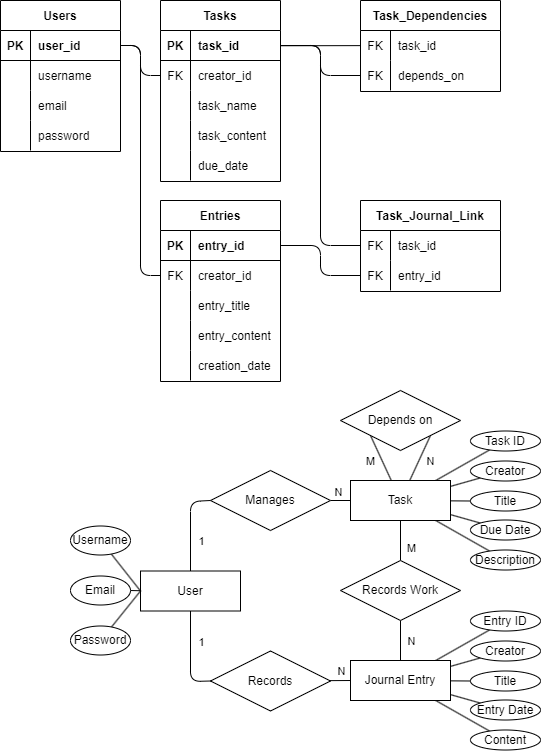
The draw.io diagram specs/brainstorm/backend-er.drawio.png in cse110-sp24-group7/cse110-sp24-group7, before a commit. Source tidied: cells renumbered, new cells last; positions are measured from the earlier drawing's top-left corner, leaving out a move shared by most shapes.
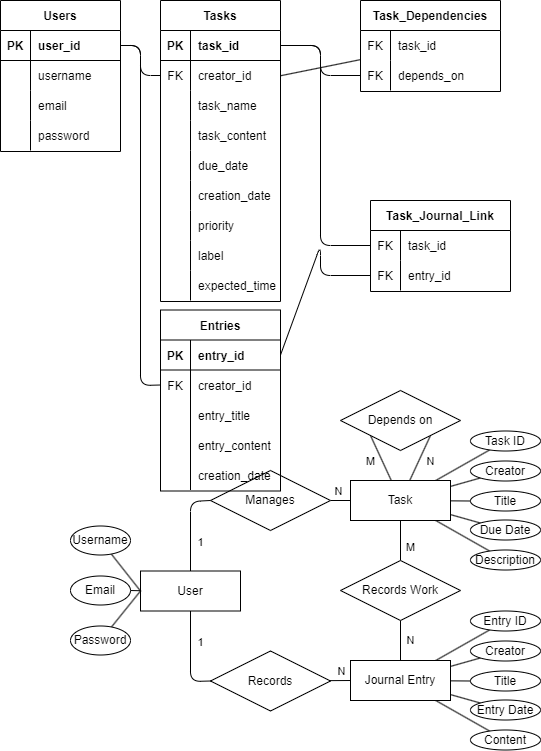
Above is the later version.

Commit message:
Change ER based on meeting updates.

Diff of the diagram source:
```diff
@@ -213,7 +213,7 @@
       <mxGeometry x="470" y="729.5" width="70" height="20" as="geometry" />
     </mxCell>
     <mxCell id="64" value="Tasks" style="shape=table;startSize=30;rowLines=0;fontStyle=1;align=center;" parent="1" vertex="1">
-      <mxGeometry x="160" width="120" height="181" as="geometry" />
+      <mxGeometry x="160" width="120" height="301" as="geometry" />
     </mxCell>
     <mxCell id="65" style="shape=tableRow;horizontal=0;startSize=0;swimlaneHead=0;swimlaneBody=0;fillColor=none;points=[[0,0.5],[1,0.5]];portConstraint=eastwest;top=0;left=0;right=0;bottom=1;" parent="64" vertex="1">
       <mxGeometry y="30" width="120" height="30" as="geometry" />
@@ -260,6 +260,42 @@
     <mxCell id="79" value="due_date" style="shape=partialRectangle;fillColor=none;top=0;left=0;bottom=0;right=0;align=left;spacingLeft=6;overflow=hidden;" parent="77" vertex="1">
       <mxGeometry x="30" width="90" height="30" as="geometry" />
     </mxCell>
+    <mxCell id="116" style="shape=tableRow;horizontal=0;startSize=0;swimlaneHead=0;swimlaneBody=0;fillColor=none;top=0;left=0;right=0;bottom=0;" parent="64" vertex="1">
+      <mxGeometry y="180" width="120" height="30" as="geometry" />
+    </mxCell>
+    <mxCell id="117" style="shape=partialRectangle;fillColor=none;top=0;left=0;bottom=0;right=0;overflow=hidden;" parent="116" vertex="1">
+      <mxGeometry width="30" height="30" as="geometry" />
+    </mxCell>
+    <mxCell id="118" value="creation_date" style="shape=partialRectangle;fillColor=none;top=0;left=0;bottom=0;right=0;align=left;spacingLeft=6;overflow=hidden;" parent="116" vertex="1">
+      <mxGeometry x="30" width="90" height="30" as="geometry" />
+    </mxCell>
+    <mxCell id="119" style="shape=tableRow;horizontal=0;startSize=0;swimlaneHead=0;swimlaneBody=0;fillColor=none;top=0;left=0;right=0;bottom=0;" parent="64" vertex="1">
+      <mxGeometry y="210" width="120" height="30" as="geometry" />
+    </mxCell>
+    <mxCell id="120" style="shape=partialRectangle;fillColor=none;top=0;left=0;bottom=0;right=0;overflow=hidden;" parent="119" vertex="1">
+      <mxGeometry width="30" height="30" as="geometry" />
+    </mxCell>
+    <mxCell id="121" value="priority" style="shape=partialRectangle;fillColor=none;top=0;left=0;bottom=0;right=0;align=left;spacingLeft=6;overflow=hidden;" parent="119" vertex="1">
+      <mxGeometry x="30" width="90" height="30" as="geometry" />
+    </mxCell>
+    <mxCell id="122" style="shape=tableRow;horizontal=0;startSize=0;swimlaneHead=0;swimlaneBody=0;fillColor=none;top=0;left=0;right=0;bottom=0;" parent="64" vertex="1">
+      <mxGeometry y="240" width="120" height="30" as="geometry" />
+    </mxCell>
+    <mxCell id="123" style="shape=partialRectangle;fillColor=none;top=0;left=0;bottom=0;right=0;overflow=hidden;" parent="122" vertex="1">
+      <mxGeometry width="30" height="30" as="geometry" />
+    </mxCell>
+    <mxCell id="124" value="label" style="shape=partialRectangle;fillColor=none;top=0;left=0;bottom=0;right=0;align=left;spacingLeft=6;overflow=hidden;" parent="122" vertex="1">
+      <mxGeometry x="30" width="90" height="30" as="geometry" />
+    </mxCell>
+    <mxCell id="125" style="shape=tableRow;horizontal=0;startSize=0;swimlaneHead=0;swimlaneBody=0;fillColor=none;top=0;left=0;right=0;bottom=0;" parent="64" vertex="1">
+      <mxGeometry y="270" width="120" height="30" as="geometry" />
+    </mxCell>
+    <mxCell id="126" style="shape=partialRectangle;fillColor=none;top=0;left=0;bottom=0;right=0;overflow=hidden;" parent="125" vertex="1">
+      <mxGeometry width="30" height="30" as="geometry" />
+    </mxCell>
+    <mxCell id="127" value="expected_time" style="shape=partialRectangle;fillColor=none;top=0;left=0;bottom=0;right=0;align=left;spacingLeft=6;overflow=hidden;" parent="125" vertex="1">
+      <mxGeometry x="30" width="90" height="30" as="geometry" />
+    </mxCell>
     <mxCell id="80" style="edgeStyle=none;html=1;endArrow=none;endFill=0;entryX=1;entryY=0.5;entryDx=0;entryDy=0;exitX=0;exitY=0.5;exitDx=0;exitDy=0;" parent="1" edge="1" source="68" target="3">
       <mxGeometry relative="1" as="geometry">
         <Array as="points">
@@ -301,7 +337,7 @@
       </mxGeometry>
     </mxCell>
     <mxCell id="90" value="Entries" style="shape=table;startSize=30;rowLines=0;fontStyle=1;align=center;" parent="1" vertex="1">
-      <mxGeometry x="160" y="200" width="120" height="181" as="geometry" />
+      <mxGeometry x="160" y="309.5" width="120" height="181" as="geometry" />
     </mxCell>
     <mxCell id="91" style="shape=tableRow;horizontal=0;startSize=0;swimlaneHead=0;swimlaneBody=0;fillColor=none;points=[[0,0.5],[1,0.5]];portConstraint=eastwest;top=0;left=0;right=0;bottom=1;" parent="90" vertex="1">
       <mxGeometry y="30" width="120" height="30" as="geometry" />
@@ -351,13 +387,13 @@
     <mxCell id="106" style="edgeStyle=none;html=1;entryX=1;entryY=0.5;entryDx=0;entryDy=0;endArrow=none;endFill=0;exitX=0;exitY=0.5;exitDx=0;exitDy=0;" parent="1" edge="1" source="94" target="3">
       <mxGeometry relative="1" as="geometry">
         <Array as="points">
-          <mxPoint x="140" y="275" />
+          <mxPoint x="140" y="385" />
           <mxPoint x="140" y="45" />
         </Array>
       </mxGeometry>
     </mxCell>
     <mxCell id="107" value="Task_Journal_Link" style="shape=table;startSize=30;rowLines=0;fontStyle=1;align=center;" parent="1" vertex="1">
-      <mxGeometry x="360" y="200" width="140" height="91" as="geometry" />
+      <mxGeometry x="370" y="200" width="140" height="91" as="geometry" />
     </mxCell>
     <mxCell id="108" style="shape=tableRow;horizontal=0;startSize=0;swimlaneHead=0;swimlaneBody=0;fillColor=none;points=[[0,0.5],[1,0.5]];portConstraint=eastwest;top=0;left=0;right=0;bottom=0;" parent="107" vertex="1">
       <mxGeometry y="30" width="140" height="30" as="geometry" />
```
